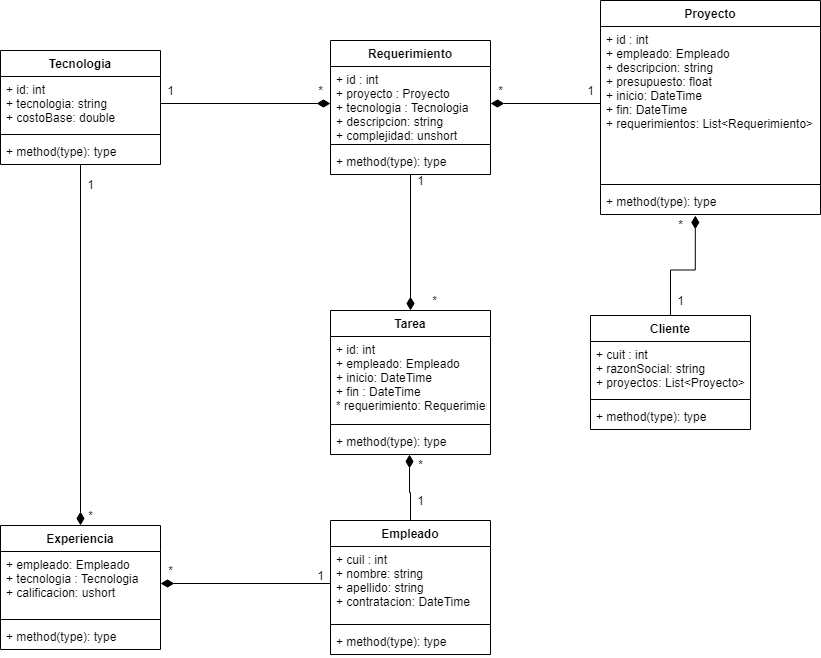
Before: docs/DIAGRAMA.drawio.png, a diagram exported from draw.io (LeonFBeymar/5TO7MALEONSOFTWARE). Source tidied: cells renumbered, new cells last; positions are measured from the earlier drawing's top-left corner, leaving out a move shared by most shapes. Its diagram source:
```xml
<mxGraphModel>
  <root>
    <mxCell id="0" />
    <mxCell id="1" parent="0" />
    <mxCell id="2" style="edgeStyle=orthogonalEdgeStyle;rounded=0;jettySize=auto;html=1;entryX=0.5;entryY=0;entryDx=0;entryDy=0;endArrow=diamondThin;endFill=1;endSize=11;strokeWidth=1;" parent="1" edge="1" source="3" target="30">
      <mxGeometry relative="1" as="geometry" />
    </mxCell>
    <mxCell id="3" value="Tecnologia" style="swimlane;fontStyle=1;align=center;verticalAlign=top;horizontal=1;startSize=26;" parent="1" vertex="1">
      <mxGeometry y="50" width="160" height="114" as="geometry" />
    </mxCell>
    <mxCell id="4" value="+ id: int&#10;+ tecnologia: string&#10;+ costoBase: double  " style="text;strokeColor=none;fillColor=none;align=left;verticalAlign=top;spacingLeft=4;spacingRight=4;overflow=hidden;points=[[0,0.5],[1,0.5]];portConstraint=eastwest;" parent="3" vertex="1">
      <mxGeometry y="26" width="160" height="54" as="geometry" />
    </mxCell>
    <mxCell id="5" style="line;strokeWidth=1;fillColor=none;align=left;verticalAlign=middle;spacingTop=-1;spacingLeft=3;spacingRight=3;labelPosition=right;" parent="3" vertex="1">
      <mxGeometry y="80" width="160" height="8" as="geometry" />
    </mxCell>
    <mxCell id="6" value="+ method(type): type" style="text;strokeColor=none;fillColor=none;align=left;verticalAlign=top;spacingLeft=4;spacingRight=4;overflow=hidden;" parent="3" vertex="1">
      <mxGeometry y="88" width="160" height="26" as="geometry" />
    </mxCell>
    <mxCell id="7" style="edgeStyle=orthogonalEdgeStyle;rounded=0;jettySize=auto;html=1;entryX=0.5;entryY=0;entryDx=0;entryDy=0;endArrow=diamondThin;endFill=1;endSize=11;strokeWidth=1;" parent="1" edge="1" source="8" target="16">
      <mxGeometry relative="1" as="geometry" />
    </mxCell>
    <mxCell id="8" value="Requerimiento" style="swimlane;fontStyle=1;align=center;verticalAlign=top;horizontal=1;startSize=26;" parent="1" vertex="1">
      <mxGeometry x="330" y="40" width="160" height="134" as="geometry" />
    </mxCell>
    <mxCell id="9" value="+ id : int&#10;+ proyecto : Proyecto&#10;+ tecnologia : Tecnologia&#10;+ descripcion: string&#10;+ complejidad: unshort" style="text;strokeColor=none;fillColor=none;align=left;verticalAlign=top;spacingLeft=4;spacingRight=4;overflow=hidden;points=[[0,0.5],[1,0.5]];portConstraint=eastwest;" parent="8" vertex="1">
      <mxGeometry y="26" width="160" height="74" as="geometry" />
    </mxCell>
    <mxCell id="10" style="line;strokeWidth=1;fillColor=none;align=left;verticalAlign=middle;spacingTop=-1;spacingLeft=3;spacingRight=3;labelPosition=right;" parent="8" vertex="1">
      <mxGeometry y="100" width="160" height="8" as="geometry" />
    </mxCell>
    <mxCell id="11" value="+ method(type): type" style="text;strokeColor=none;fillColor=none;align=left;verticalAlign=top;spacingLeft=4;spacingRight=4;overflow=hidden;" parent="8" vertex="1">
      <mxGeometry y="108" width="160" height="26" as="geometry" />
    </mxCell>
    <mxCell id="12" value="Proyecto&#10;" style="swimlane;fontStyle=1;align=center;verticalAlign=top;horizontal=1;startSize=26;" parent="1" vertex="1">
      <mxGeometry x="600" width="220" height="214" as="geometry" />
    </mxCell>
    <mxCell id="13" value="+ id : int&#10;+ empleado: Empleado&#10;+ descripcion: string&#10;+ presupuesto: float&#10;+ inicio: DateTime&#10;+ fin: DateTime&#10;+ requerimientos: List&lt;Requerimiento&gt;" style="text;strokeColor=none;fillColor=none;align=left;verticalAlign=top;spacingLeft=4;spacingRight=4;overflow=hidden;points=[[0,0.5],[1,0.5]];portConstraint=eastwest;" parent="12" vertex="1">
      <mxGeometry y="26" width="220" height="154" as="geometry" />
    </mxCell>
    <mxCell id="14" style="line;strokeWidth=1;fillColor=none;align=left;verticalAlign=middle;spacingTop=-1;spacingLeft=3;spacingRight=3;labelPosition=right;" parent="12" vertex="1">
      <mxGeometry y="180" width="220" height="8" as="geometry" />
    </mxCell>
    <mxCell id="15" value="+ method(type): type" style="text;strokeColor=none;fillColor=none;align=left;verticalAlign=top;spacingLeft=4;spacingRight=4;overflow=hidden;points=[[0,0.5],[1,0.5]];portConstraint=eastwest;" parent="12" vertex="1">
      <mxGeometry y="188" width="220" height="26" as="geometry" />
    </mxCell>
    <mxCell id="16" value="Tarea&#10;" style="swimlane;fontStyle=1;align=center;verticalAlign=top;horizontal=1;startSize=26;" parent="1" vertex="1">
      <mxGeometry x="330" y="310" width="160" height="144" as="geometry" />
    </mxCell>
    <mxCell id="17" value="+ id: int&#10;+ empleado: Empleado&#10;+ inicio: DateTime&#10;+ fin : DateTime&#10;* requerimiento: Requerimiento" style="text;strokeColor=none;fillColor=none;align=left;verticalAlign=top;spacingLeft=4;spacingRight=4;overflow=hidden;" parent="16" vertex="1">
      <mxGeometry y="26" width="160" height="84" as="geometry" />
    </mxCell>
    <mxCell id="18" style="line;strokeWidth=1;fillColor=none;align=left;verticalAlign=middle;spacingTop=-1;spacingLeft=3;spacingRight=3;labelPosition=right;" parent="16" vertex="1">
      <mxGeometry y="110" width="160" height="8" as="geometry" />
    </mxCell>
    <mxCell id="19" value="+ method(type): type" style="text;strokeColor=none;fillColor=none;align=left;verticalAlign=top;spacingLeft=4;spacingRight=4;overflow=hidden;points=[[0,0.5],[1,0.5]];portConstraint=eastwest;" parent="16" vertex="1">
      <mxGeometry y="118" width="160" height="26" as="geometry" />
    </mxCell>
    <mxCell id="20" style="edgeStyle=orthogonalEdgeStyle;rounded=0;jettySize=auto;html=1;entryX=0.431;entryY=1.038;entryDx=0;entryDy=0;entryPerimeter=0;endArrow=diamondThin;endFill=1;strokeWidth=1;endSize=11;" parent="1" edge="1" source="21" target="15">
      <mxGeometry relative="1" as="geometry" />
    </mxCell>
    <mxCell id="21" value="Cliente&#10;" style="swimlane;fontStyle=1;align=center;verticalAlign=top;horizontal=1;startSize=26;" parent="1" vertex="1">
      <mxGeometry x="590" y="315" width="160" height="114" as="geometry" />
    </mxCell>
    <mxCell id="22" value="+ cuit : int&#10;+ razonSocial: string&#10;+ proyectos: List&lt;Proyecto&gt;" style="text;strokeColor=none;fillColor=none;align=left;verticalAlign=top;spacingLeft=4;spacingRight=4;overflow=hidden;" parent="21" vertex="1">
      <mxGeometry y="26" width="160" height="54" as="geometry" />
    </mxCell>
    <mxCell id="23" style="line;strokeWidth=1;fillColor=none;align=left;verticalAlign=middle;spacingTop=-1;spacingLeft=3;spacingRight=3;labelPosition=right;" parent="21" vertex="1">
      <mxGeometry y="80" width="160" height="8" as="geometry" />
    </mxCell>
    <mxCell id="24" value="+ method(type): type" style="text;strokeColor=none;fillColor=none;align=left;verticalAlign=top;spacingLeft=4;spacingRight=4;overflow=hidden;" parent="21" vertex="1">
      <mxGeometry y="88" width="160" height="26" as="geometry" />
    </mxCell>
    <mxCell id="25" style="edgeStyle=orthogonalEdgeStyle;rounded=0;jettySize=auto;html=1;entryX=0.494;entryY=1;entryDx=0;entryDy=0;entryPerimeter=0;endArrow=diamondThin;endFill=1;endSize=11;strokeWidth=1;exitX=0.5;exitY=0;exitDx=0;exitDy=0;" parent="1" edge="1" source="26" target="19">
      <mxGeometry relative="1" as="geometry" />
    </mxCell>
    <mxCell id="26" value="Empleado&#10;" style="swimlane;fontStyle=1;align=center;verticalAlign=top;horizontal=1;startSize=26;" parent="1" vertex="1">
      <mxGeometry x="330" y="520" width="160" height="134" as="geometry" />
    </mxCell>
    <mxCell id="27" value="+ cuil : int&#10;+ nombre: string&#10;+ apellido: string&#10;+ contratacion: DateTime" style="text;strokeColor=none;fillColor=none;align=left;verticalAlign=top;spacingLeft=4;spacingRight=4;overflow=hidden;points=[[0,0.5],[1,0.5]];portConstraint=eastwest;" parent="26" vertex="1">
      <mxGeometry y="26" width="160" height="74" as="geometry" />
    </mxCell>
    <mxCell id="28" style="line;strokeWidth=1;fillColor=none;align=left;verticalAlign=middle;spacingTop=-1;spacingLeft=3;spacingRight=3;labelPosition=right;" parent="26" vertex="1">
      <mxGeometry y="100" width="160" height="8" as="geometry" />
    </mxCell>
    <mxCell id="29" value="+ method(type): type" style="text;strokeColor=none;fillColor=none;align=left;verticalAlign=top;spacingLeft=4;spacingRight=4;overflow=hidden;" parent="26" vertex="1">
      <mxGeometry y="108" width="160" height="26" as="geometry" />
    </mxCell>
    <mxCell id="30" value="Experiencia" style="swimlane;fontStyle=1;align=center;verticalAlign=top;horizontal=1;startSize=26;" parent="1" vertex="1">
      <mxGeometry y="525" width="160" height="124" as="geometry" />
    </mxCell>
    <mxCell id="31" value="+ empleado: Empleado&#10;+ tecnologia : Tecnologia&#10;+ calificacion: ushort" style="text;strokeColor=none;fillColor=none;align=left;verticalAlign=top;spacingLeft=4;spacingRight=4;overflow=hidden;points=[[0,0.5],[1,0.5]];portConstraint=eastwest;" parent="30" vertex="1">
      <mxGeometry y="26" width="160" height="64" as="geometry" />
    </mxCell>
    <mxCell id="32" style="line;strokeWidth=1;fillColor=none;align=left;verticalAlign=middle;spacingTop=-1;spacingLeft=3;spacingRight=3;labelPosition=right;" parent="30" vertex="1">
      <mxGeometry y="90" width="160" height="8" as="geometry" />
    </mxCell>
    <mxCell id="33" value="+ method(type): type" style="text;strokeColor=none;fillColor=none;align=left;verticalAlign=top;spacingLeft=4;spacingRight=4;overflow=hidden;" parent="30" vertex="1">
      <mxGeometry y="98" width="160" height="26" as="geometry" />
    </mxCell>
    <mxCell id="34" value="1" style="text;html=1;align=center;verticalAlign=middle;strokeColor=none;" parent="1" vertex="1">
      <mxGeometry x="670" y="290" width="20" height="20" as="geometry" />
    </mxCell>
    <mxCell id="35" value="*" style="text;html=1;align=center;verticalAlign=middle;strokeColor=none;" parent="1" vertex="1">
      <mxGeometry x="670" y="214" width="20" height="20" as="geometry" />
    </mxCell>
    <mxCell id="36" value="*" style="text;html=1;align=center;verticalAlign=middle;strokeColor=none;" parent="1" vertex="1">
      <mxGeometry x="80" y="505" width="20" height="20" as="geometry" />
    </mxCell>
    <mxCell id="37" value="1" style="text;html=1;align=center;verticalAlign=middle;strokeColor=none;" parent="1" vertex="1">
      <mxGeometry x="80" y="174" width="20" height="20" as="geometry" />
    </mxCell>
    <mxCell id="38" style="edgeStyle=orthogonalEdgeStyle;rounded=0;jettySize=auto;html=1;entryX=0;entryY=0.5;entryDx=0;entryDy=0;endArrow=diamondThin;endFill=1;endSize=11;strokeWidth=1;" parent="1" edge="1" source="4" target="9">
      <mxGeometry relative="1" as="geometry" />
    </mxCell>
    <mxCell id="39" value="1" style="text;html=1;align=center;verticalAlign=middle;strokeColor=none;" parent="1" vertex="1">
      <mxGeometry x="160" y="80" width="20" height="20" as="geometry" />
    </mxCell>
    <mxCell id="40" value="*" style="text;html=1;align=center;verticalAlign=middle;strokeColor=none;" parent="1" vertex="1">
      <mxGeometry x="310" y="80" width="20" height="20" as="geometry" />
    </mxCell>
    <mxCell id="41" style="edgeStyle=orthogonalEdgeStyle;rounded=0;jettySize=auto;html=1;entryX=1;entryY=0.5;entryDx=0;entryDy=0;endArrow=diamondThin;endFill=1;endSize=11;strokeWidth=1;" parent="1" edge="1" source="13" target="9">
      <mxGeometry relative="1" as="geometry" />
    </mxCell>
    <mxCell id="42" value="*" style="text;html=1;align=center;verticalAlign=middle;strokeColor=none;" parent="1" vertex="1">
      <mxGeometry x="490" y="80" width="20" height="20" as="geometry" />
    </mxCell>
    <mxCell id="43" value="1" style="text;html=1;align=center;verticalAlign=middle;strokeColor=none;" parent="1" vertex="1">
      <mxGeometry x="580" y="80" width="20" height="20" as="geometry" />
    </mxCell>
    <mxCell id="44" value="1" style="text;html=1;align=center;verticalAlign=middle;strokeColor=none;" parent="1" vertex="1">
      <mxGeometry x="410" y="170" width="20" height="20" as="geometry" />
    </mxCell>
    <mxCell id="45" value="*" style="text;html=1;align=center;verticalAlign=middle;strokeColor=none;" parent="1" vertex="1">
      <mxGeometry x="424" y="290" width="20" height="20" as="geometry" />
    </mxCell>
    <mxCell id="46" value="*" style="text;html=1;align=center;verticalAlign=middle;strokeColor=none;" parent="1" vertex="1">
      <mxGeometry x="410" y="454" width="20" height="20" as="geometry" />
    </mxCell>
    <mxCell id="47" value="1" style="text;html=1;align=center;verticalAlign=middle;strokeColor=none;" parent="1" vertex="1">
      <mxGeometry x="410" y="490" width="20" height="20" as="geometry" />
    </mxCell>
    <mxCell id="48" style="edgeStyle=orthogonalEdgeStyle;rounded=0;jettySize=auto;html=1;entryX=1;entryY=0.5;entryDx=0;entryDy=0;endArrow=diamondThin;endFill=1;endSize=11;strokeWidth=1;" parent="1" edge="1" source="27" target="31">
      <mxGeometry relative="1" as="geometry" />
    </mxCell>
    <mxCell id="49" value="*" style="text;html=1;align=center;verticalAlign=middle;strokeColor=none;" parent="1" vertex="1">
      <mxGeometry x="160" y="560" width="20" height="20" as="geometry" />
    </mxCell>
    <mxCell id="50" value="1" style="text;html=1;align=center;verticalAlign=middle;strokeColor=none;" parent="1" vertex="1">
      <mxGeometry x="310" y="565" width="20" height="20" as="geometry" />
    </mxCell>
  </root>
</mxGraphModel>
```
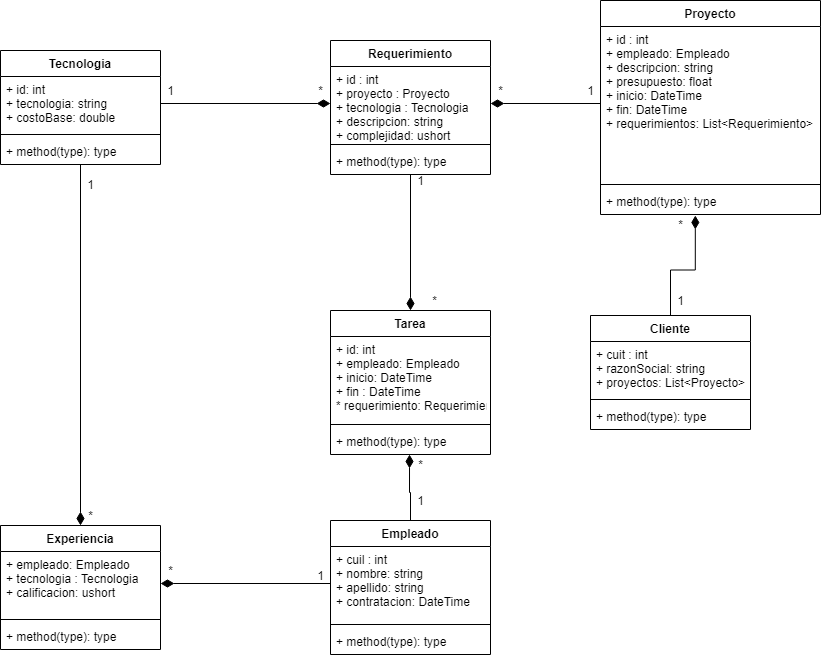
After the change.

Diff of the diagram source:
```diff
@@ -23,7 +23,7 @@
     <mxCell id="8" value="Requerimiento" style="swimlane;fontStyle=1;align=center;verticalAlign=top;horizontal=1;startSize=26;" parent="1" vertex="1">
       <mxGeometry x="330" y="40" width="160" height="134" as="geometry" />
     </mxCell>
-    <mxCell id="9" value="+ id : int&#10;+ proyecto : Proyecto&#10;+ tecnologia : Tecnologia&#10;+ descripcion: string&#10;+ complejidad: unshort" style="text;strokeColor=none;fillColor=none;align=left;verticalAlign=top;spacingLeft=4;spacingRight=4;overflow=hidden;points=[[0,0.5],[1,0.5]];portConstraint=eastwest;" parent="8" vertex="1">
+    <mxCell id="9" value="+ id : int&#10;+ proyecto : Proyecto&#10;+ tecnologia : Tecnologia&#10;+ descripcion: string&#10;+ complejidad: ushort" style="text;strokeColor=none;fillColor=none;align=left;verticalAlign=top;spacingLeft=4;spacingRight=4;overflow=hidden;points=[[0,0.5],[1,0.5]];portConstraint=eastwest;" parent="8" vertex="1">
       <mxGeometry y="26" width="160" height="74" as="geometry" />
     </mxCell>
     <mxCell id="10" style="line;strokeWidth=1;fillColor=none;align=left;verticalAlign=middle;spacingTop=-1;spacingLeft=3;spacingRight=3;labelPosition=right;" parent="8" vertex="1">
```
